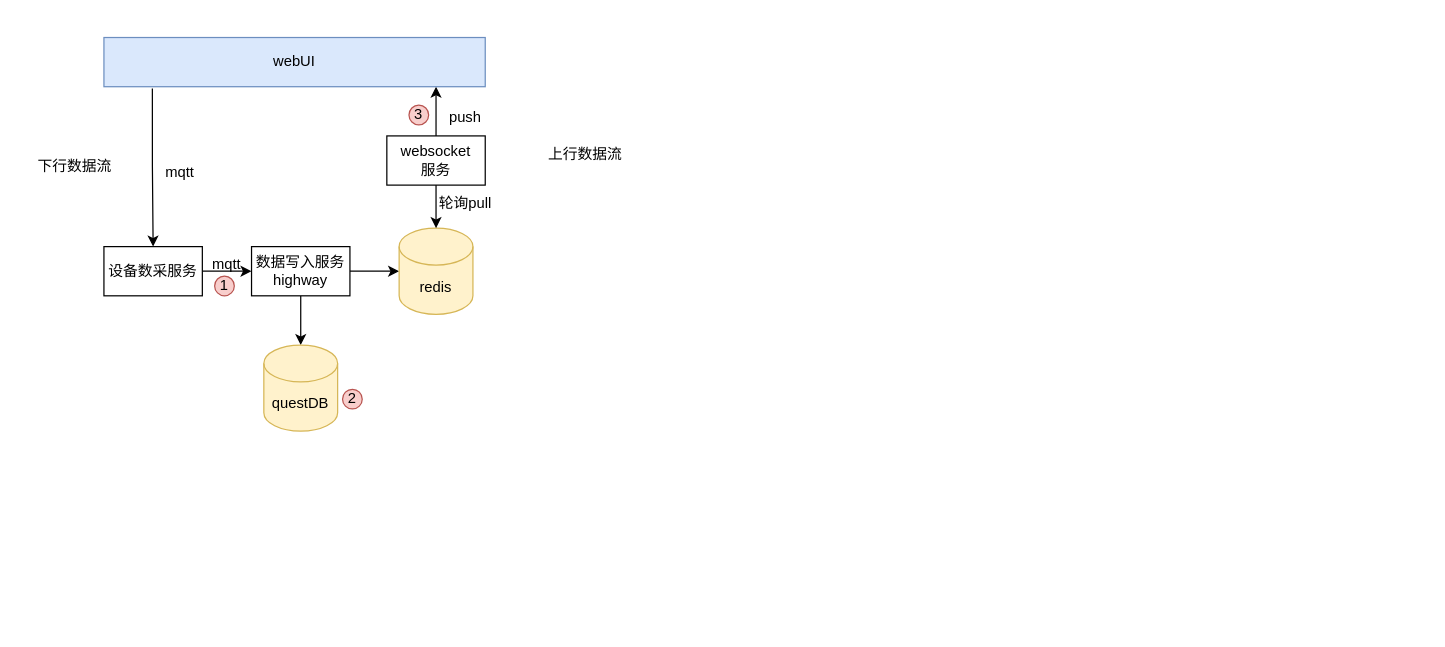
Before: 数据录制回放.drawio in yqhsmile/draw, a draw.io diagram. Source tidied: cells renumbered, new cells numbered last; positions are measured from the earlier drawing's top-left corner, leaving out a move shared by most shapes. Both pictures are drawn from the tidied source at 123%, with x=0, y=0 at pixel (21, 37).
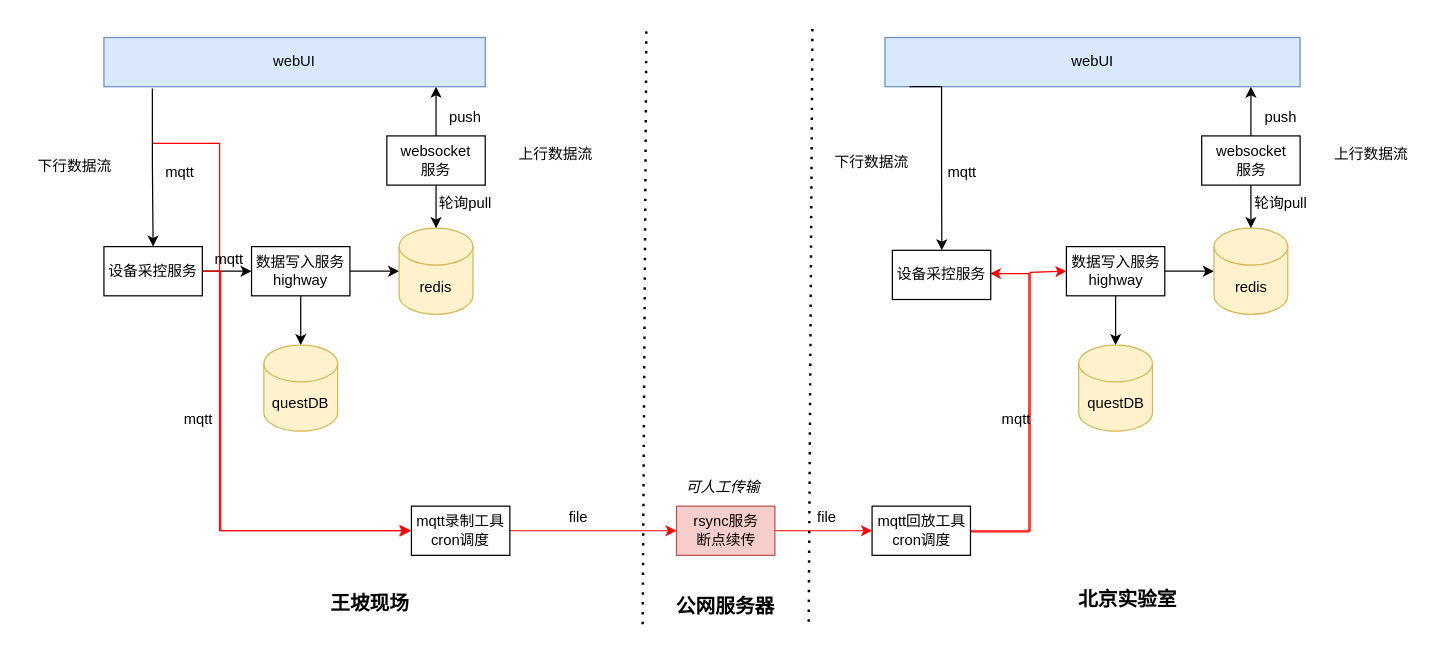
The same diagram, later.

Commit message:
更新数据录制回放.drawio

Diff of the diagram source:
```diff
@@
-    <mxCell id="3" value="设备数采服务" style="rounded=0;whiteSpace=wrap;html=1;" parent="1" vertex="1">
+    <mxCell id="3" value="设备采控服务" style="rounded=0;whiteSpace=wrap;html=1;" parent="1" vertex="1">
       <mxGeometry x="67" y="170" width="80" height="40" as="geometry" />
     </mxCell>
@@
+    <mxCell id="23" style="edgeStyle=orthogonalEdgeStyle;rounded=0;orthogonalLoop=1;jettySize=auto;html=1;strokeColor=#FF0000;" parent="1" edge="1">
+      <mxGeometry relative="1" as="geometry">
+        <mxPoint x="106" y="86" as="sourcePoint" />
+        <mxPoint x="316" y="401" as="targetPoint" />
+        <Array as="points">
+          <mxPoint x="161" y="86" />
+          <mxPoint x="161" y="401" />
+        </Array>
+      </mxGeometry>
+    </mxCell>
@@
     <mxCell id="13" value="mqtt" style="text;html=1;align=center;verticalAlign=middle;whiteSpace=wrap;rounded=0;" parent="1" vertex="1">
-      <mxGeometry x="137" y="170" width="60" height="30" as="geometry" />
+      <mxGeometry x="139" y="166" width="60" height="30" as="geometry" />
     </mxCell>
@@
     <mxCell id="17" value="上行数据流" style="text;html=1;align=center;verticalAlign=middle;whiteSpace=wrap;rounded=0;" parent="1" vertex="1">
-      <mxGeometry x="415" y="80" width="87" height="30" as="geometry" />
+      <mxGeometry x="391" y="80" width="87" height="30" as="geometry" />
     </mxCell>
@@
-    <mxCell id="20" value="1" style="ellipse;whiteSpace=wrap;html=1;fillColor=#f8cecc;strokeColor=#b85450;" parent="1" vertex="1">
-      <mxGeometry x="157" y="194" width="16" height="16" as="geometry" />
-    </mxCell>
-    <mxCell id="21" value="2" style="ellipse;whiteSpace=wrap;html=1;fillColor=#f8cecc;strokeColor=#b85450;" parent="1" vertex="1">
-      <mxGeometry x="261" y="286" width="16" height="16" as="geometry" />
-    </mxCell>
-    <mxCell id="22" value="3" style="ellipse;whiteSpace=wrap;html=1;fillColor=#f8cecc;strokeColor=#b85450;" parent="1" vertex="1">
-      <mxGeometry x="315" y="55" width="16" height="16" as="geometry" />
-    </mxCell>
+    <mxCell id="24" style="edgeStyle=orthogonalEdgeStyle;rounded=0;jettySize=auto;html=1;" parent="1" edge="1" source="26" target="27">
+      <mxGeometry relative="1" as="geometry" />
+    </mxCell>
+    <mxCell id="25" style="edgeStyle=orthogonalEdgeStyle;rounded=0;jettySize=auto;html=1;" parent="1" edge="1" source="26" target="28">
+      <mxGeometry relative="1" as="geometry" />
+    </mxCell>
+    <mxCell id="26" value="数据写入服务&lt;div&gt;highway&lt;/div&gt;" style="rounded=0;whiteSpace=wrap;html=1;" parent="1" vertex="1">
+      <mxGeometry x="849.5" y="170" width="80" height="40" as="geometry" />
+    </mxCell>
+    <mxCell id="27" value="questDB" style="shape=cylinder3;whiteSpace=wrap;html=1;boundedLbl=1;backgroundOutline=1;size=15;fillColor=#fff2cc;strokeColor=#d6b656;" parent="1" vertex="1">
+      <mxGeometry x="859.5" y="250" width="60" height="70" as="geometry" />
+    </mxCell>
+    <mxCell id="28" value="redis" style="shape=cylinder3;whiteSpace=wrap;html=1;boundedLbl=1;backgroundOutline=1;size=15;fillColor=#fff2cc;strokeColor=#d6b656;" parent="1" vertex="1">
+      <mxGeometry x="969.5" y="155" width="60" height="70" as="geometry" />
+    </mxCell>
+    <mxCell id="29" style="edgeStyle=orthogonalEdgeStyle;rounded=0;jettySize=auto;html=1;" parent="1" edge="1" source="31" target="28">
+      <mxGeometry relative="1" as="geometry" />
+    </mxCell>
+    <mxCell id="30" style="edgeStyle=orthogonalEdgeStyle;rounded=0;jettySize=auto;html=1;" parent="1" edge="1" source="31" target="32">
+      <mxGeometry relative="1" as="geometry">
+        <Array as="points">
+          <mxPoint x="999.5" y="40" />
+          <mxPoint x="999.5" y="40" />
+        </Array>
+      </mxGeometry>
+    </mxCell>
+    <mxCell id="31" value="websocket&lt;div&gt;服务&lt;/div&gt;" style="rounded=0;whiteSpace=wrap;html=1;" parent="1" vertex="1">
+      <mxGeometry x="959.5" y="80" width="80" height="40" as="geometry" />
+    </mxCell>
+    <mxCell id="32" value="webUI" style="rounded=0;whiteSpace=wrap;html=1;fillColor=#dae8fc;strokeColor=#6c8ebf;" parent="1" vertex="1">
+      <mxGeometry x="702" width="337.5" height="40" as="geometry" />
+    </mxCell>
+    <mxCell id="33" value="轮询pull" style="text;html=1;align=center;verticalAlign=middle;whiteSpace=wrap;rounded=0;" parent="1" vertex="1">
+      <mxGeometry x="993.5" y="120" width="60" height="30" as="geometry" />
+    </mxCell>
+    <mxCell id="34" value="push" style="text;html=1;align=center;verticalAlign=middle;whiteSpace=wrap;rounded=0;" parent="1" vertex="1">
+      <mxGeometry x="993.5" y="50" width="60" height="30" as="geometry" />
+    </mxCell>
+    <mxCell id="35" value="上行数据流" style="text;html=1;align=center;verticalAlign=middle;whiteSpace=wrap;rounded=0;" parent="1" vertex="1">
+      <mxGeometry x="1053.5" y="80" width="87" height="30" as="geometry" />
+    </mxCell>
+    <mxCell id="36" style="edgeStyle=orthogonalEdgeStyle;rounded=0;jettySize=auto;html=1;strokeColor=#FF0000;" parent="1" edge="1" source="37" target="43">
+      <mxGeometry relative="1" as="geometry" />
+    </mxCell>
+    <mxCell id="37" value="mqtt录制工具&lt;div&gt;cron调度&lt;/div&gt;" style="rounded=0;whiteSpace=wrap;html=1;" parent="1" vertex="1">
+      <mxGeometry x="317" y="381" width="80" height="40" as="geometry" />
+    </mxCell>
+    <mxCell id="38" style="edgeStyle=orthogonalEdgeStyle;rounded=0;jettySize=auto;html=1;entryX=0;entryY=0.5;entryDx=0;entryDy=0;strokeColor=#FF0000;" parent="1" edge="1" source="40" target="26">
+      <mxGeometry relative="1" as="geometry">
+        <Array as="points">
+          <mxPoint x="820" y="401" />
+          <mxPoint x="820" y="191" />
+          <mxPoint x="850" y="191" />
+        </Array>
+      </mxGeometry>
+    </mxCell>
+    <mxCell id="39" style="edgeStyle=orthogonalEdgeStyle;rounded=0;jettySize=auto;html=1;exitX=1;exitY=0.5;exitDx=0;exitDy=0;fontColor=#FF0000;entryX=0.992;entryY=0.473;entryDx=0;entryDy=0;entryPerimeter=0;strokeColor=#FF0000;" parent="1" edge="1" source="40" target="54">
+      <mxGeometry relative="1" as="geometry">
+        <Array as="points">
+          <mxPoint x="819" y="402" />
+          <mxPoint x="819" y="191" />
+          <mxPoint x="787" y="191" />
+        </Array>
+      </mxGeometry>
+    </mxCell>
+    <mxCell id="40" value="mqtt回放工具&lt;div&gt;cron调度&lt;/div&gt;" style="rounded=0;whiteSpace=wrap;html=1;" parent="1" vertex="1">
+      <mxGeometry x="691.5" y="381" width="80" height="40" as="geometry" />
+    </mxCell>
+    <mxCell id="41" style="edgeStyle=orthogonalEdgeStyle;rounded=0;jettySize=auto;html=1;exitX=1;exitY=0.5;exitDx=0;exitDy=0;entryX=0;entryY=0.5;entryDx=0;entryDy=0;strokeColor=#FF0000;" parent="1" edge="1" source="3" target="37">
+      <mxGeometry relative="1" as="geometry">
+        <Array as="points">
+          <mxPoint x="162" y="190" />
+          <mxPoint x="162" y="401" />
+        </Array>
+      </mxGeometry>
+    </mxCell>
+    <mxCell id="42" style="edgeStyle=orthogonalEdgeStyle;rounded=0;jettySize=auto;html=1;strokeColor=#FF0000;" parent="1" edge="1" source="43" target="40">
+      <mxGeometry relative="1" as="geometry" />
+    </mxCell>
+    <mxCell id="43" value="&lt;span style=&quot;background-color: transparent; color: light-dark(rgb(0, 0, 0), rgb(255, 255, 255));&quot;&gt;rsync服务&lt;/span&gt;&lt;div&gt;&lt;span style=&quot;background-color: transparent; color: light-dark(rgb(0, 0, 0), rgb(255, 255, 255));&quot;&gt;断点续传&lt;/span&gt;&lt;/div&gt;" style="rounded=0;whiteSpace=wrap;html=1;fillColor=#f8cecc;strokeColor=#b85450;" parent="1" vertex="1">
+      <mxGeometry x="532.5" y="381" width="80" height="40" as="geometry" />
+    </mxCell>
+    <mxCell id="44" value="mqtt" style="text;html=1;align=center;verticalAlign=middle;whiteSpace=wrap;rounded=0;" parent="1" vertex="1">
+      <mxGeometry x="114" y="296" width="60" height="30" as="geometry" />
+    </mxCell>
+    <mxCell id="45" value="mqtt" style="text;html=1;align=center;verticalAlign=middle;whiteSpace=wrap;rounded=0;" parent="1" vertex="1">
+      <mxGeometry x="778.5" y="296" width="60" height="30" as="geometry" />
+    </mxCell>
+    <mxCell id="46" value="file" style="text;html=1;align=center;verticalAlign=middle;whiteSpace=wrap;rounded=0;" parent="1" vertex="1">
+      <mxGeometry x="423" y="375" width="60" height="30" as="geometry" />
+    </mxCell>
+    <mxCell id="47" value="file" style="text;html=1;align=center;verticalAlign=middle;whiteSpace=wrap;rounded=0;" parent="1" vertex="1">
+      <mxGeometry x="625" y="375" width="60" height="30" as="geometry" />
+    </mxCell>
+    <mxCell id="48" value="王坡现场" style="text;html=1;align=center;verticalAlign=middle;whiteSpace=wrap;rounded=0;fontSize=16;fontStyle=1;" parent="1" vertex="1">
+      <mxGeometry x="240" y="445" width="87" height="30" as="geometry" />
+    </mxCell>
+    <mxCell id="49" value="公网服务器" style="text;html=1;align=center;verticalAlign=middle;whiteSpace=wrap;rounded=0;fontSize=16;fontStyle=1;" parent="1" vertex="1">
+      <mxGeometry x="529" y="447" width="87" height="30" as="geometry" />
+    </mxCell>
+    <mxCell id="50" value="北京实验室" style="text;html=1;align=center;verticalAlign=middle;whiteSpace=wrap;rounded=0;fontSize=16;fontStyle=1;" parent="1" vertex="1">
+      <mxGeometry x="856" y="442" width="87" height="30" as="geometry" />
+    </mxCell>
+    <mxCell id="51" value="可人工传输" style="text;html=1;align=center;verticalAlign=middle;whiteSpace=wrap;rounded=0;fontStyle=2;" parent="1" vertex="1">
+      <mxGeometry x="532.5" y="351" width="75" height="30" as="geometry" />
+    </mxCell>
+    <mxCell id="52" style="endArrow=none;dashed=1;html=1;dashPattern=1 3;strokeWidth=2;rounded=0;" parent="1" edge="1">
+      <mxGeometry relative="1" as="geometry">
+        <mxPoint x="505" y="477" as="sourcePoint" />
+        <mxPoint x="508" y="-10" as="targetPoint" />
+      </mxGeometry>
+    </mxCell>
+    <mxCell id="53" style="endArrow=none;dashed=1;html=1;dashPattern=1 3;strokeWidth=2;rounded=0;" parent="1" edge="1">
+      <mxGeometry relative="1" as="geometry">
+        <mxPoint x="640" y="475" as="sourcePoint" />
+        <mxPoint x="643" y="-12" as="targetPoint" />
+      </mxGeometry>
+    </mxCell>
+    <mxCell id="54" value="设备采控服务" style="rounded=0;whiteSpace=wrap;html=1;" parent="1" vertex="1">
+      <mxGeometry x="708" y="173" width="80" height="40" as="geometry" />
+    </mxCell>
+    <mxCell id="55" style="edgeStyle=orthogonalEdgeStyle;rounded=0;jettySize=auto;html=1;entryX=0.5;entryY=0;entryDx=0;entryDy=0;exitX=0.059;exitY=1;exitDx=0;exitDy=0;exitPerimeter=0;" parent="1" edge="1" source="32">
+      <mxGeometry relative="1" as="geometry">
+        <mxPoint x="748.2" y="173" as="targetPoint" />
+        <Array as="points">
+          <mxPoint x="748" y="40" />
+          <mxPoint x="748" y="107" />
+        </Array>
+      </mxGeometry>
+    </mxCell>
+    <mxCell id="56" value="mqtt" style="text;html=1;align=center;verticalAlign=middle;whiteSpace=wrap;rounded=0;" parent="1" vertex="1">
+      <mxGeometry x="735" y="95" width="60" height="30" as="geometry" />
+    </mxCell>
+    <mxCell id="57" value="下行数据流" style="text;html=1;align=center;verticalAlign=middle;whiteSpace=wrap;rounded=0;" parent="1" vertex="1">
+      <mxGeometry x="648" y="87" width="87" height="30" as="geometry" />
+    </mxCell>
```
